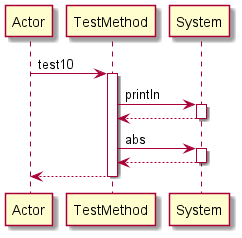
The PlantUML diagram Diagrams/test10.png in manucapo/Gardener, before a commit.
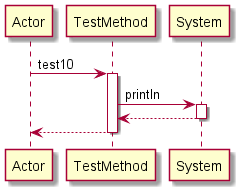
Later version of the same file.

Diff of the diagram source:
```diff
@@ -6,9 +6,5 @@
 activate System
 System-->TestMethod
 deactivate System
-TestMethod -> System: abs
-activate System
-System-->TestMethod
-deactivate System
 return
 @enduml
```
